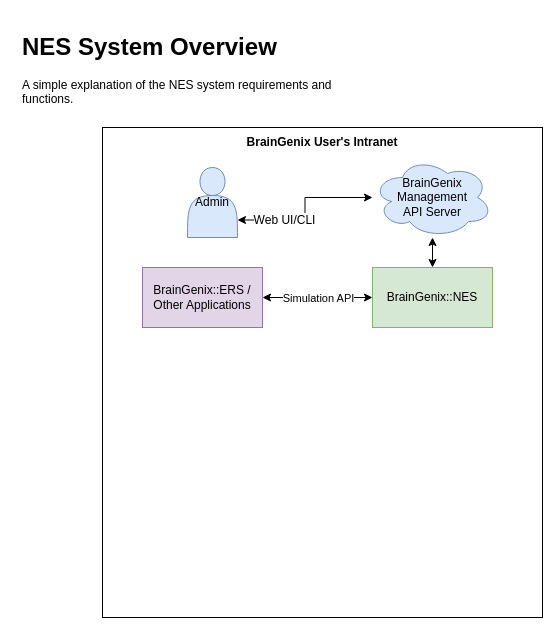
This is page "System Overview" (1 of 2) of Docs/BrainGenix-NES.drawio from carboncopies/BrainGenix-NES, a draw.io file, before an edit. Source tidied: cells renumbered, new cells numbered last; positions are measured from the earlier drawing's top-left corner, leaving out a move shared by most shapes. Both pictures are drawn from the tidied source at 100%, with x=0, y=0 at pixel (17, 27).
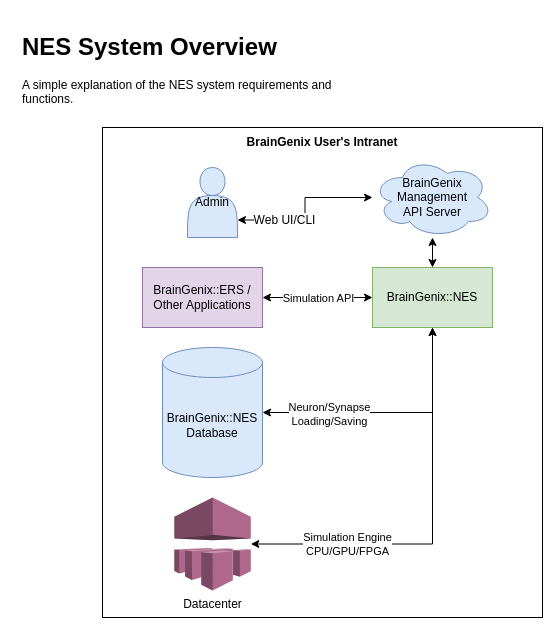
After the change.

Commit message:
Add Simulation Engine / Datacenter To Diagram

Unchanged cells that the change refers to:
```xml
<mxCell id="5" value="BrainGenix::NES" style="rounded=0;whiteSpace=wrap;html=1;fontSize=12;fillColor=#d5e8d4;strokeColor=#82b366;" parent="1" vertex="1">
  <mxGeometry x="355" y="240" width="120" height="60" as="geometry" />
</mxCell>
```

Diff of the diagram source:
```diff
@@
+    <mxCell id="14" style="edgeStyle=orthogonalEdgeStyle;rounded=0;jettySize=auto;html=1;startArrow=classic;startFill=1;" parent="1" edge="1" source="16" target="5">
+      <mxGeometry relative="1" as="geometry" />
+    </mxCell>
+    <mxCell id="15" value="&lt;div&gt;Neuron/Synapse&lt;/div&gt;&lt;div&gt;Loading/Saving&lt;br&gt;&lt;/div&gt;" style="edgeLabel;html=1;align=center;verticalAlign=middle;" parent="14" vertex="1">
+      <mxGeometry x="-0.48" y="-1" relative="1" as="geometry" />
+    </mxCell>
+    <mxCell id="16" value="BrainGenix::NES Database" style="shape=cylinder3;whiteSpace=wrap;html=1;boundedLbl=1;backgroundOutline=1;size=15;fontSize=12;fillColor=#dae8fc;strokeColor=#6c8ebf;" parent="1" vertex="1">
+      <mxGeometry x="145" y="320" width="100" height="130" as="geometry" />
+    </mxCell>
+    <mxCell id="17" style="edgeStyle=orthogonalEdgeStyle;rounded=0;jettySize=auto;html=1;startArrow=classic;startFill=1;" parent="1" edge="1" source="19" target="5">
+      <mxGeometry relative="1" as="geometry" />
+    </mxCell>
+    <mxCell id="18" value="&lt;div&gt;Simulation Engine&lt;/div&gt;&lt;div&gt;CPU/GPU/FPGA&lt;br&gt;&lt;/div&gt;" style="edgeLabel;html=1;align=center;verticalAlign=middle;" parent="17" vertex="1">
+      <mxGeometry x="-0.58" relative="1" as="geometry">
+        <mxPoint x="12" as="offset" />
+      </mxGeometry>
+    </mxCell>
+    <mxCell id="19" value="Datacenter" style="outlineConnect=0;dashed=0;verticalLabelPosition=bottom;verticalAlign=top;align=center;html=1;shape=mxgraph.aws3.device_farm;fillColor=#AD688B;gradientColor=none;" parent="1" vertex="1">
+      <mxGeometry x="156.8" y="470" width="76.5" height="93" as="geometry" />
+    </mxCell>
```
